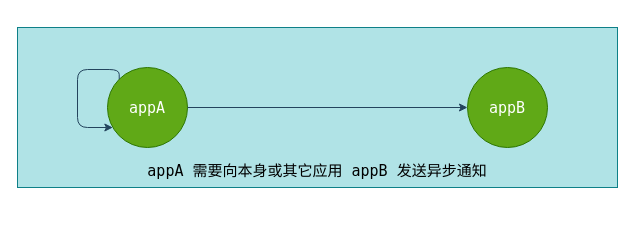
dendi875/draw keeps this draw.io diagram as addNotify.drawio. Above is the earlier version. Source tidied: cells renumbered, new cells numbered last; positions are measured from the earlier drawing's top-left corner, leaving out a move shared by most shapes. Both pictures are drawn from the tidied source at 100%, with x=0, y=0 at pixel (17, 27).
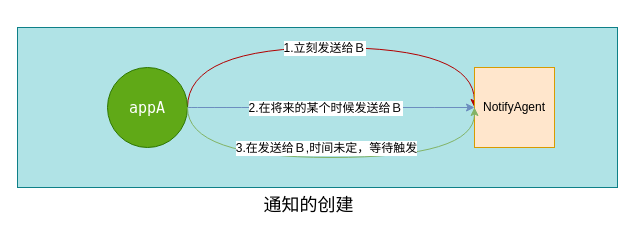
Above is the later version.

Unchanged cells that the change refers to:
```xml
<mxCell id="3" value="appA" style="ellipse;whiteSpace=wrap;html=1;fontFamily=Lucida Console;fontSize=15;fillColor=#60a917;strokeColor=#2D7600;fontColor=#ffffff;" parent="1" vertex="1">
  <mxGeometry x="90" y="40" width="80" height="80" as="geometry" />
</mxCell>
```

Diff of the diagram source:
```diff
@@
-    <mxCell id="2" value="&lt;br&gt;&lt;br&gt;&lt;br&gt;&lt;br&gt;&lt;br&gt;&lt;br&gt;&lt;br&gt;&lt;br&gt;appA 需要向本身或其它应用 appB 发送异步通知&lt;br&gt;&lt;div style=&quot;text-align: left&quot;&gt;&lt;br style=&quot;white-space: nowrap&quot;&gt;&lt;/div&gt;" style="rounded=0;whiteSpace=wrap;html=1;fontFamily=Lucida Console;fontSize=15;fillColor=#b0e3e6;strokeColor=#0e8088;" parent="1" vertex="1">
+    <mxCell id="2" style="rounded=0;whiteSpace=wrap;html=1;fontFamily=Lucida Console;fontSize=15;fillColor=#b0e3e6;strokeColor=#0e8088;align=center;" parent="1" vertex="1">
       <mxGeometry width="600" height="160" as="geometry" />
     </mxCell>
+    <mxCell id="8" style="edgeStyle=orthogonalEdgeStyle;curved=1;rounded=0;jettySize=auto;html=1;exitX=1;exitY=0.5;exitDx=0;exitDy=0;entryX=0;entryY=0.5;entryDx=0;entryDy=0;fillColor=#e51400;strokeColor=#B20000;" parent="1" edge="1" source="3" target="11">
+      <mxGeometry relative="1" as="geometry">
+        <Array as="points">
+          <mxPoint x="170" y="20" />
+          <mxPoint x="457" y="20" />
+        </Array>
+      </mxGeometry>
+    </mxCell>
+    <mxCell id="9" value="1.立刻发送给Ｂ" style="text;html=1;align=center;verticalAlign=middle;labelBackgroundColor=#ffffff;" parent="8" vertex="1">
+      <mxGeometry x="-0.38" y="-3" relative="1" as="geometry">
+        <mxPoint x="70" y="-3" as="offset" />
+      </mxGeometry>
+    </mxCell>
@@
-    <mxCell id="4" value="appB" style="ellipse;whiteSpace=wrap;html=1;fontFamily=Lucida Console;fontSize=15;fillColor=#60a917;strokeColor=#2D7600;fontColor=#ffffff;" parent="1" vertex="1">
-      <mxGeometry x="450" y="40" width="80" height="80" as="geometry" />
-    </mxCell>
-    <mxCell id="5" style="endArrow=classic;html=1;fontFamily=Lucida Console;fontSize=15;exitX=1;exitY=0.5;exitDx=0;exitDy=0;fillColor=#bac8d3;strokeColor=#23445d;" parent="1" edge="1" source="3">
-      <mxGeometry relative="1" as="geometry">
-        <mxPoint x="450" y="80" as="targetPoint" />
-        <Array as="points">
-          <mxPoint x="450" y="80" />
-        </Array>
-      </mxGeometry>
+    <mxCell id="5" style="endArrow=classic;html=1;fontFamily=Lucida Console;fontSize=15;exitX=1;exitY=0.5;exitDx=0;exitDy=0;fillColor=#dae8fc;strokeColor=#6c8ebf;entryX=0;entryY=0.5;entryDx=0;entryDy=0;entryPerimeter=0;edgeStyle=orthogonalEdgeStyle;curved=1;gradientColor=#7ea6e0;" parent="1" edge="1" source="3" target="11">
+      <mxGeometry relative="1" as="geometry" />
     </mxCell>
+    <mxCell id="10" value="2.在将来的某个时候发送给Ｂ" style="text;html=1;align=center;verticalAlign=middle;labelBackgroundColor=#ffffff;" parent="5" vertex="1">
+      <mxGeometry x="-0.59" relative="1" as="geometry">
+        <mxPoint x="78" as="offset" />
+      </mxGeometry>
+    </mxCell>
@@
-    <mxCell id="7" style="edgeStyle=segmentEdgeStyle;endArrow=classic;html=1;fontFamily=Lucida Console;fontSize=15;exitX=0;exitY=0;exitDx=0;exitDy=0;fillColor=#bac8d3;strokeColor=#23445d;" parent="1" edge="1" source="3" target="3">
-      <mxGeometry relative="1" as="geometry">
-        <Array as="points">
-          <mxPoint x="102" y="42" />
-          <mxPoint x="60" y="42" />
-          <mxPoint x="60" y="100" />
-        </Array>
-      </mxGeometry>
-    </mxCell>
+    <mxCell id="11" value="NotifyAgent" style="whiteSpace=wrap;html=1;fillColor=#ffe6cc;strokeColor=#d79b00;" parent="1" vertex="1">
+      <mxGeometry x="457" y="40" width="80" height="80" as="geometry" />
+    </mxCell>
+    <mxCell id="12" style="edgeStyle=orthogonalEdgeStyle;curved=1;rounded=0;orthogonalLoop=1;jettySize=auto;html=1;exitX=1;exitY=0.5;exitDx=0;exitDy=0;entryX=0;entryY=0.5;entryDx=0;entryDy=0;gradientColor=#97d077;fillColor=#d5e8d4;strokeColor=#82b366;" parent="1" edge="1">
+      <mxGeometry relative="1" as="geometry">
+        <mxPoint x="170" y="80" as="sourcePoint" />
+        <mxPoint x="457" y="80" as="targetPoint" />
+        <Array as="points">
+          <mxPoint x="170" y="130" />
+          <mxPoint x="457" y="130" />
+        </Array>
+      </mxGeometry>
+    </mxCell>
+    <mxCell id="13" value="3.在发送给Ｂ,时间未定，等待触发" style="text;html=1;align=center;verticalAlign=middle;labelBackgroundColor=#ffffff;" parent="12" vertex="1">
+      <mxGeometry x="-0.49" y="12" relative="1" as="geometry">
+        <mxPoint x="89" y="2" as="offset" />
+      </mxGeometry>
+    </mxCell>
+    <mxCell id="14" value="通知的创建&lt;br style=&quot;font-size: 18px;&quot;&gt;" style="text;html=1;align=center;verticalAlign=middle;fontSize=18;" parent="1" vertex="1">
+      <mxGeometry x="236" y="163" width="110" height="30" as="geometry" />
+    </mxCell>
```
